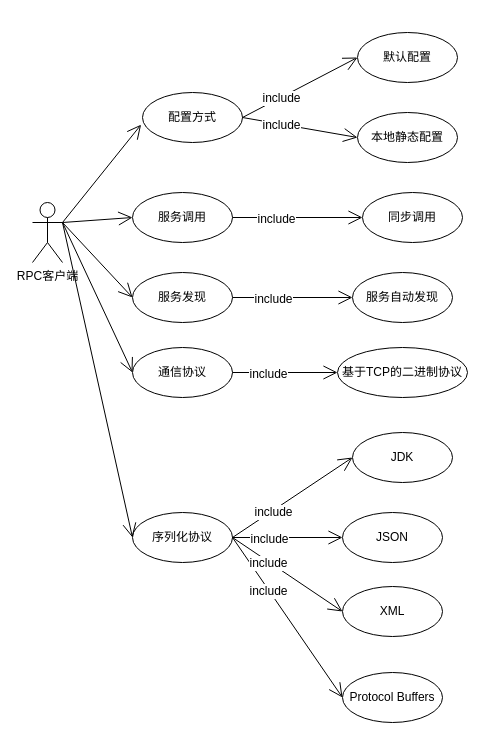
win0909/000 keeps this draw.io diagram as page "rpc-client-function" (10 of 12) of RPC客户端.drawio. Above is the earlier version. Source tidied: cells renumbered, new cells numbered last; positions are measured from the earlier drawing's top-left corner, leaving out a move shared by most shapes. Both pictures are drawn from the tidied source at 100%, with x=0, y=0 at pixel (32, 32).
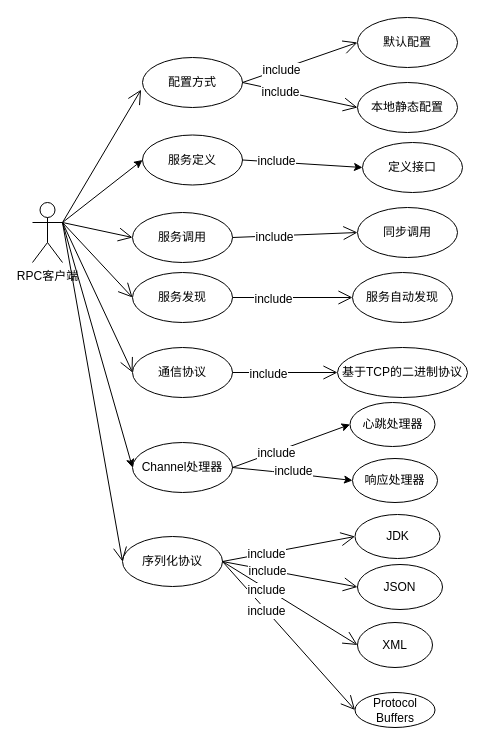
After the change.

Unchanged cells that the change refers to:
```xml
<mxCell id="2" value="RPC客户端&lt;br&gt;" style="shape=umlActor;verticalLabelPosition=bottom;labelBackgroundColor=#ffffff;verticalAlign=top;html=1;" parent="1" vertex="1">
  <mxGeometry y="170" width="30" height="60" as="geometry" />
</mxCell>
```

Change to the diagram source:
```diff
@@
     <mxCell id="3" value="配置方式" style="ellipse;whiteSpace=wrap;html=1;" parent="1" vertex="1">
-      <mxGeometry x="110" y="60" width="100" height="50" as="geometry" />
+      <mxGeometry x="110" y="25" width="100" height="50" as="geometry" />
     </mxCell>
     <mxCell id="4" value="本地静态配置" style="ellipse;whiteSpace=wrap;html=1;" parent="1" vertex="1">
-      <mxGeometry x="325" y="80" width="100" height="50" as="geometry" />
+      <mxGeometry x="325" y="50" width="100" height="50" as="geometry" />
     </mxCell>
     <mxCell id="5" value="默认配置" style="ellipse;whiteSpace=wrap;html=1;" parent="1" vertex="1">
-      <mxGeometry x="325" width="100" height="50" as="geometry" />
+      <mxGeometry x="325" y="-15" width="100" height="50" as="geometry" />
     </mxCell>
     <mxCell id="6" value="服务调用" style="ellipse;whiteSpace=wrap;html=1;" parent="1" vertex="1">
-      <mxGeometry x="100" y="160" width="100" height="50" as="geometry" />
+      <mxGeometry x="100" y="180" width="100" height="50" as="geometry" />
     </mxCell>
     <mxCell id="7" value="同步调用&lt;br&gt;" style="ellipse;whiteSpace=wrap;html=1;" parent="1" vertex="1">
-      <mxGeometry x="330" y="160" width="100" height="50" as="geometry" />
+      <mxGeometry x="325" y="175" width="100" height="50" as="geometry" />
     </mxCell>
@@
     <mxCell id="10" value="序列化协议" style="ellipse;whiteSpace=wrap;html=1;" parent="1" vertex="1">
-      <mxGeometry x="100" y="480" width="100" height="50" as="geometry" />
+      <mxGeometry x="90" y="504" width="100" height="50" as="geometry" />
     </mxCell>
@@
     <mxCell id="24" value="JDK" style="ellipse;whiteSpace=wrap;html=1;" parent="1" vertex="1">
-      <mxGeometry x="320" y="400" width="100" height="50" as="geometry" />
+      <mxGeometry x="322.5" y="482" width="85" height="44" as="geometry" />
     </mxCell>
     <mxCell id="25" value="JSON" style="ellipse;whiteSpace=wrap;html=1;" parent="1" vertex="1">
-      <mxGeometry x="310" y="480" width="100" height="50" as="geometry" />
+      <mxGeometry x="325" y="532" width="85" height="45" as="geometry" />
     </mxCell>
     <mxCell id="26" value="XML" style="ellipse;whiteSpace=wrap;html=1;" parent="1" vertex="1">
-      <mxGeometry x="310" y="554" width="100" height="50" as="geometry" />
+      <mxGeometry x="325" y="590" width="75" height="45" as="geometry" />
     </mxCell>
     <mxCell id="27" value="Protocol Buffers" style="ellipse;whiteSpace=wrap;html=1;" parent="1" vertex="1">
-      <mxGeometry x="310" y="640" width="100" height="50" as="geometry" />
+      <mxGeometry x="322.5" y="660" width="80" height="35" as="geometry" />
     </mxCell>
@@
+    <mxCell id="40" value="服务定义" style="ellipse;whiteSpace=wrap;html=1;" parent="1" vertex="1">
+      <mxGeometry x="110" y="102.5" width="100" height="50" as="geometry" />
+    </mxCell>
+    <mxCell id="41" value="定义接口" style="ellipse;whiteSpace=wrap;html=1;" parent="1" vertex="1">
+      <mxGeometry x="330" y="110" width="100" height="50" as="geometry" />
+    </mxCell>
+    <mxCell id="42" style="endArrow=classic;html=1;entryX=0;entryY=0.5;entryDx=0;entryDy=0;exitX=1;exitY=0.5;exitDx=0;exitDy=0;" parent="1" edge="1" source="40" target="41">
+      <mxGeometry relative="1" as="geometry" />
+    </mxCell>
+    <mxCell id="43" value="include" style="text;html=1;align=center;verticalAlign=middle;labelBackgroundColor=#ffffff;" parent="42" vertex="1">
+      <mxGeometry x="-0.43" y="1" relative="1" as="geometry" />
+    </mxCell>
+    <mxCell id="44" style="endArrow=classic;html=1;entryX=0;entryY=0.5;entryDx=0;entryDy=0;" parent="1" edge="1" target="40">
+      <mxGeometry relative="1" as="geometry">
+        <mxPoint x="30" y="190" as="sourcePoint" />
+      </mxGeometry>
+    </mxCell>
+    <mxCell id="45" value="Channel处理器" style="ellipse;whiteSpace=wrap;html=1;" parent="1" vertex="1">
+      <mxGeometry x="100" y="410" width="100" height="50" as="geometry" />
+    </mxCell>
+    <mxCell id="46" value="心跳处理器" style="ellipse;whiteSpace=wrap;html=1;" parent="1" vertex="1">
+      <mxGeometry x="317.5" y="370" width="85" height="44" as="geometry" />
+    </mxCell>
+    <mxCell id="47" value="响应处理器" style="ellipse;whiteSpace=wrap;html=1;" parent="1" vertex="1">
+      <mxGeometry x="320" y="426" width="85" height="44" as="geometry" />
+    </mxCell>
+    <mxCell id="48" style="endArrow=classic;html=1;entryX=0;entryY=0.5;entryDx=0;entryDy=0;exitX=1;exitY=0.5;exitDx=0;exitDy=0;" parent="1" edge="1" source="45" target="46">
+      <mxGeometry relative="1" as="geometry" />
+    </mxCell>
+    <mxCell id="49" value="include" style="text;html=1;align=center;verticalAlign=middle;labelBackgroundColor=#ffffff;" parent="48" vertex="1">
+      <mxGeometry x="-0.27" y="-1" relative="1" as="geometry" />
+    </mxCell>
+    <mxCell id="50" style="endArrow=classic;html=1;entryX=0;entryY=0.5;entryDx=0;entryDy=0;exitX=1;exitY=0.5;exitDx=0;exitDy=0;" parent="1" edge="1" source="45" target="47">
+      <mxGeometry relative="1" as="geometry">
+        <Array as="points">
+          <mxPoint x="250" y="440" />
+        </Array>
+      </mxGeometry>
+    </mxCell>
+    <mxCell id="51" value="include" style="text;html=1;align=center;verticalAlign=middle;labelBackgroundColor=#ffffff;" parent="50" vertex="1">
+      <mxGeometry x="-0.01" y="3" relative="1" as="geometry" />
+    </mxCell>
+    <mxCell id="52" style="endArrow=classic;html=1;entryX=0;entryY=0.5;entryDx=0;entryDy=0;exitX=1;exitY=0.3333333333333333;exitDx=0;exitDy=0;exitPerimeter=0;" parent="1" edge="1" source="2" target="45">
+      <mxGeometry relative="1" as="geometry" />
+    </mxCell>
```
